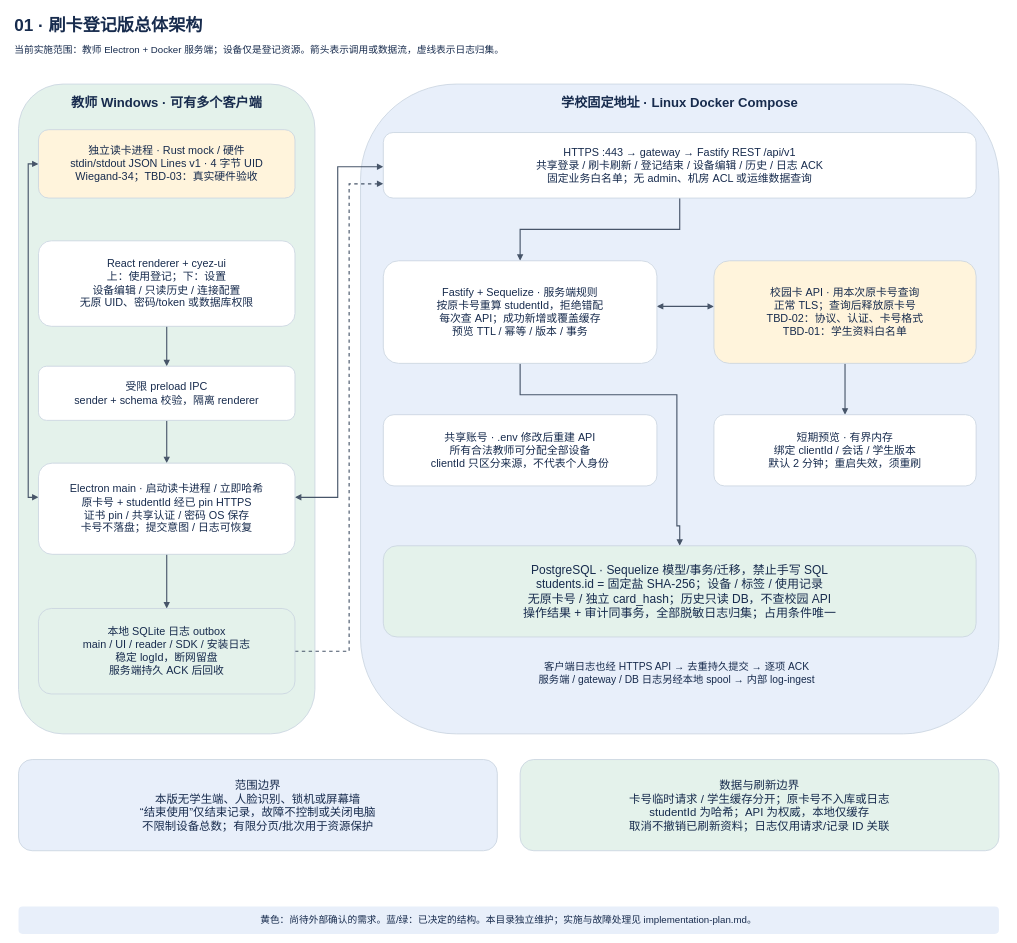
This is page "01 · 刷卡登记版总体架构" (1 of 8) of record-only/docs/architecture.drawio from lmyzzzz/cyez-library-management, a draw.io file, before an edit. Source tidied: cells renumbered, new cells numbered last; positions are measured from the earlier drawing's top-left corner, leaving out a move shared by most shapes. Both pictures are drawn from the tidied source at 57%, with x=0, y=0 at pixel (10, 10).
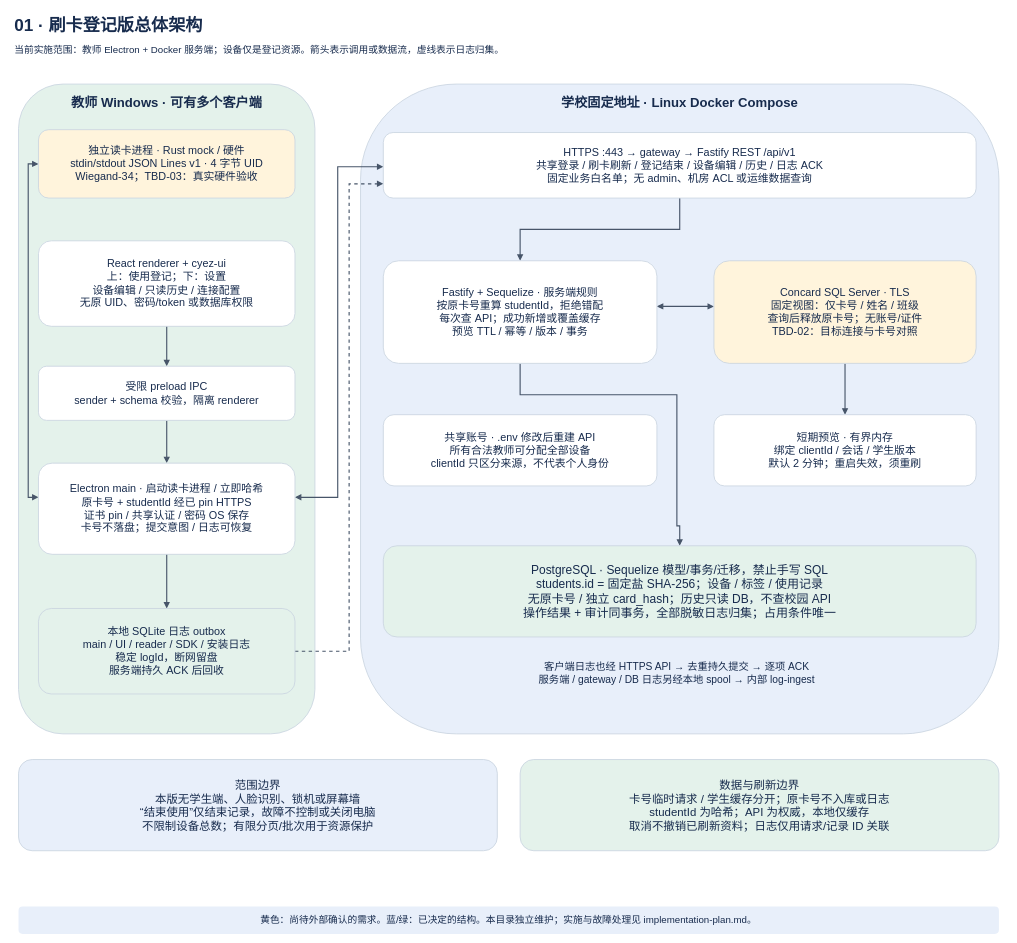
The same diagram, later.

The edit, as a diff of the source:
```diff
@@
-    <mxCell id="25" value="校园卡 API · 用本次原卡号查询&#10;正常 TLS；查询后释放原卡号&#10;TBD-02：协议、认证、卡号格式&#10;TBD-01：学生资料白名单" style="rounded=1;whiteSpace=wrap;html=0;fillColor=#fff4dc;strokeColor=#cbd5e1;strokeWidth=1.5;fontColor=#172b4d;fontFamily=Microsoft YaHei;fontSize=19;fontStyle=0;align=center;verticalAlign=middle;spacing=8;" parent="1" vertex="1">
+    <mxCell id="25" value="Concard SQL Server · TLS&#10;固定视图：仅卡号 / 姓名 / 班级&#10;查询后释放原卡号；无账号/证件&#10;TBD-02：目标连接与卡号对照" style="rounded=1;whiteSpace=wrap;html=0;fillColor=#fff4dc;strokeColor=#cbd5e1;strokeWidth=1.5;fontColor=#172b4d;fontFamily=Microsoft YaHei;fontSize=19;fontStyle=0;align=center;verticalAlign=middle;spacing=8;" parent="1" vertex="1">
       <mxGeometry x="1235" y="440" width="460" height="180" as="geometry" />
     </mxCell>
```
